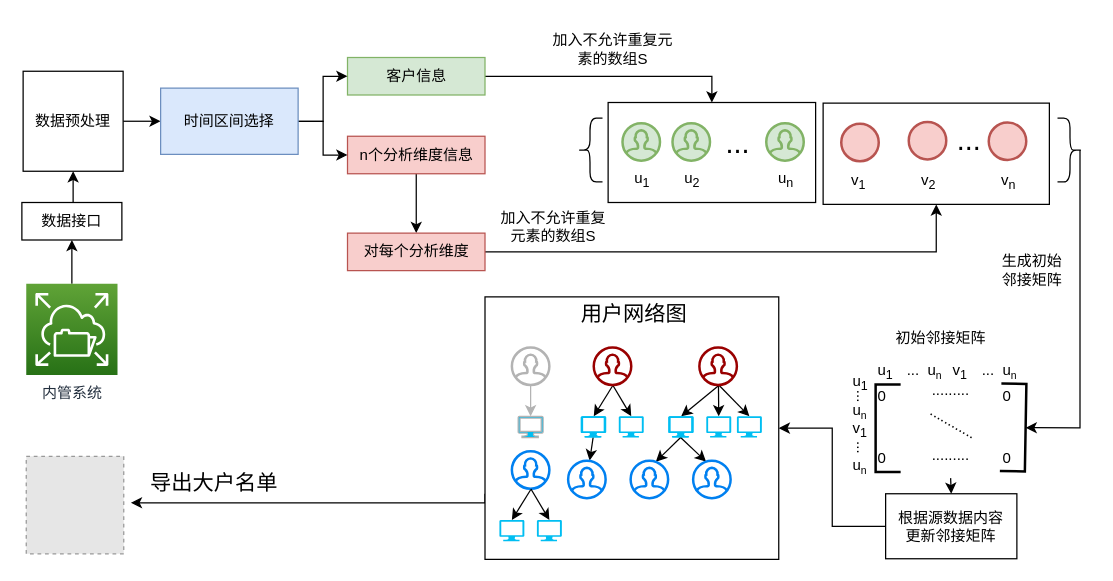
Earlier version of the draw.io diagram page "Page-1" (1 of 9) of 大户模块和接口.drawio (1009351456/Anonymous). Source tidied: cells renumbered, new cells numbered last; positions are measured from the earlier drawing's top-left corner, leaving out a move shared by most shapes. Both pictures are drawn from the tidied source at 125%, with x=0, y=0 at pixel (21, 20). Pictures stored in the file or linked from it are replaced by grey dashed boxes.
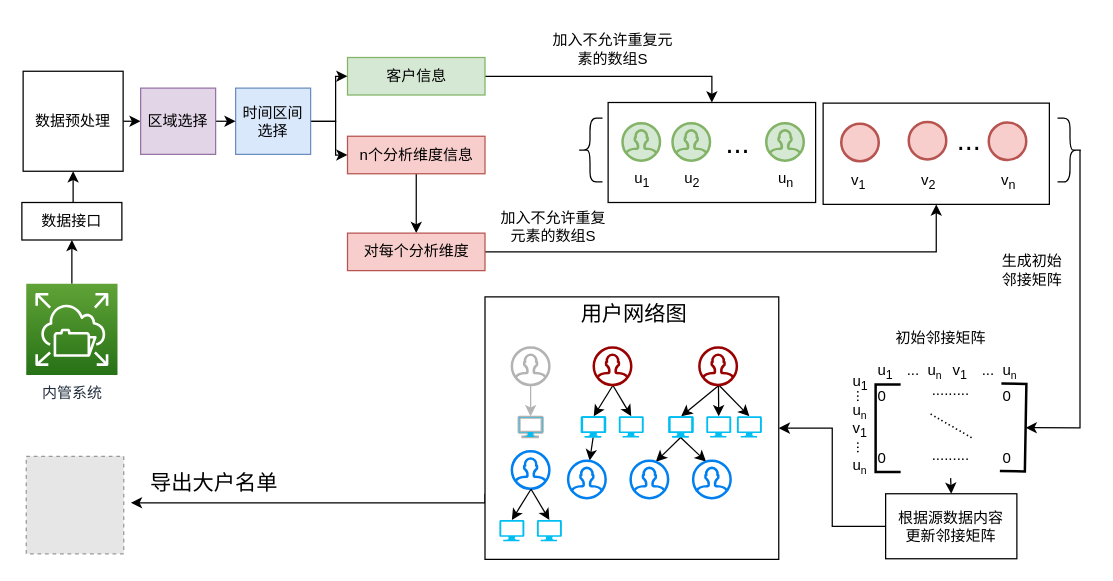
Above is the later version.

The change refers to these unchanged cells:
```xml
<mxCell id="12" value="数据预处理" style="rounded=0;whiteSpace=wrap;html=1;" parent="1" vertex="1">
  <mxGeometry x="1" y="40.5" width="80" height="80" as="geometry" />
</mxCell>
<mxCell id="16" value="n个分析维度信息" style="rounded=0;whiteSpace=wrap;html=1;fillColor=#f8cecc;strokeColor=#b85450;" parent="1" vertex="1">
  <mxGeometry x="260.5" y="92.5" width="110" height="30" as="geometry" />
</mxCell>
```

Diff of the diagram source:
```diff
@@
-    <mxCell id="11" style="edgeStyle=orthogonalEdgeStyle;curved=1;rounded=0;jettySize=auto;html=1;exitX=1;exitY=0.5;exitDx=0;exitDy=0;entryX=0;entryY=0.5;entryDx=0;entryDy=0;fontSize=12;" parent="1" edge="1" source="12" target="19">
-      <mxGeometry relative="1" as="geometry" />
-    </mxCell>
+    <mxCell id="94" style="edgeStyle=orthogonalEdgeStyle;curved=1;rounded=0;jettySize=auto;html=1;exitX=1;exitY=0.5;exitDx=0;exitDy=0;entryX=0;entryY=0.5;entryDx=0;entryDy=0;fontSize=15;" parent="1" edge="1" source="12" target="96">
+      <mxGeometry relative="1" as="geometry" />
+    </mxCell>
@@
     <mxCell id="18" style="edgeStyle=orthogonalEdgeStyle;rounded=0;jettySize=auto;html=1;exitX=1;exitY=0.5;exitDx=0;exitDy=0;entryX=0;entryY=0.5;entryDx=0;entryDy=0;fontSize=12;" parent="1" edge="1" source="19" target="16">
-      <mxGeometry relative="1" as="geometry" />
+      <mxGeometry relative="1" as="geometry">
+        <Array as="points">
+          <mxPoint x="251" y="81" />
+          <mxPoint x="251" y="108" />
+        </Array>
+      </mxGeometry>
     </mxCell>
-    <mxCell id="19" value="时间区间选择" style="rounded=0;whiteSpace=wrap;html=1;fillColor=#dae8fc;strokeColor=#6c8ebf;" parent="1" vertex="1">
-      <mxGeometry x="111" y="54" width="110" height="53" as="geometry" />
+    <mxCell id="19" value="时间区间&lt;br&gt;选择" style="rounded=0;whiteSpace=wrap;html=1;fillColor=#dae8fc;strokeColor=#6c8ebf;" parent="1" vertex="1">
+      <mxGeometry x="171" y="54" width="60" height="53" as="geometry" />
     </mxCell>
@@
+    <mxCell id="95" style="edgeStyle=orthogonalEdgeStyle;curved=1;rounded=0;jettySize=auto;html=1;exitX=1;exitY=0.5;exitDx=0;exitDy=0;entryX=0;entryY=0.5;entryDx=0;entryDy=0;fontSize=15;" parent="1" edge="1" source="96" target="19">
+      <mxGeometry relative="1" as="geometry" />
+    </mxCell>
+    <mxCell id="96" value="区域选择" style="rounded=0;whiteSpace=wrap;html=1;fillColor=#e1d5e7;strokeColor=#9673a6;" parent="1" vertex="1">
+      <mxGeometry x="95" y="54" width="60" height="53" as="geometry" />
+    </mxCell>
```
